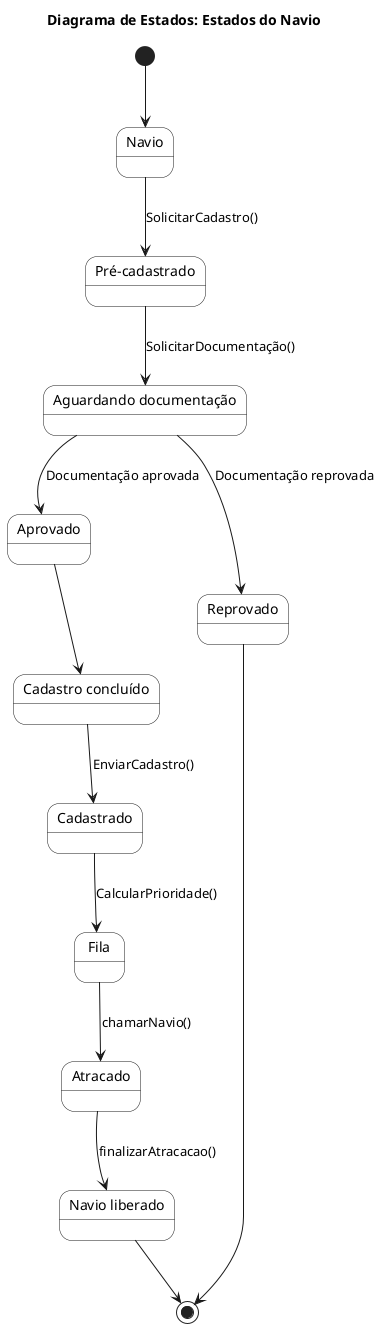
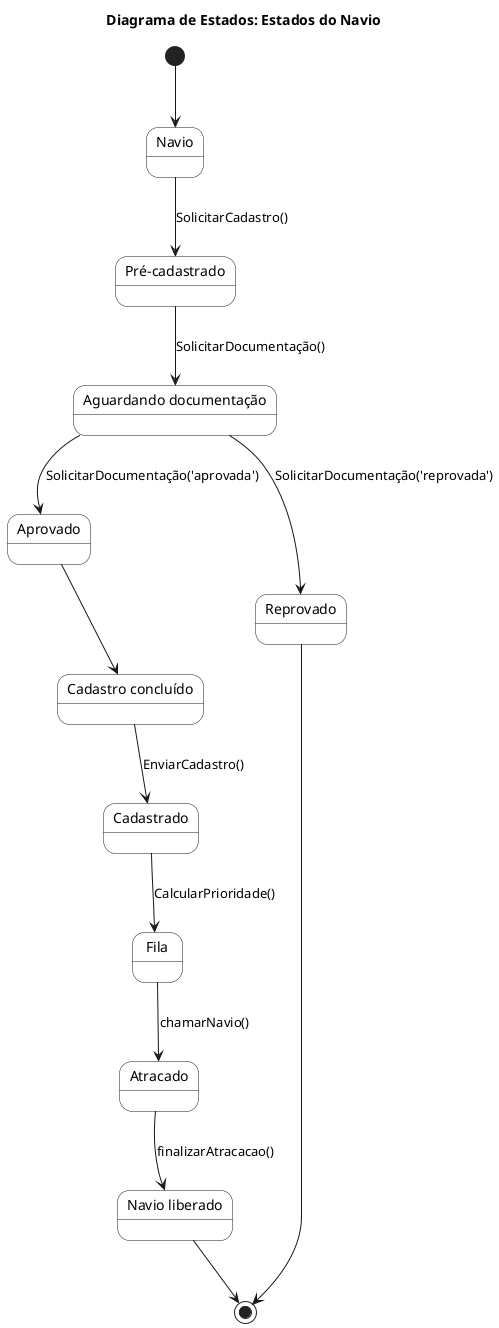
@startuml
title Diagrama de Estados: Estados do Navio

skinparam state {
    RoundCorner 20
    BackgroundColor White
    }

state Navio
state "Pré-cadastrado" as PreCadastrado
state "Aguardando documentação" as AguardandoDoc
state "Cadastro concluído" as CadastroConcluido
state "Navio liberado" as NavioLiberado

[*] --> Navio

Navio --> PreCadastrado : SolicitarCadastro()

PreCadastrado --> AguardandoDoc : SolicitarDocumentação()

- AguardandoDoc --> Aprovado : Documentação aprovada
- AguardandoDoc --> Reprovado : Documentação reprovada
+ AguardandoDoc --> Aprovado :  SolicitarDocumentação('aprovada')
+ AguardandoDoc --> Reprovado : SolicitarDocumentação('reprovada')

Reprovado --> [*]

Aprovado --> CadastroConcluido

CadastroConcluido --> Cadastrado : EnviarCadastro()

Cadastrado --> Fila : CalcularPrioridade()

Fila --> Atracado : chamarNavio()

Atracado --> NavioLiberado : finalizarAtracacao()

NavioLiberado --> [*]

@enduml
